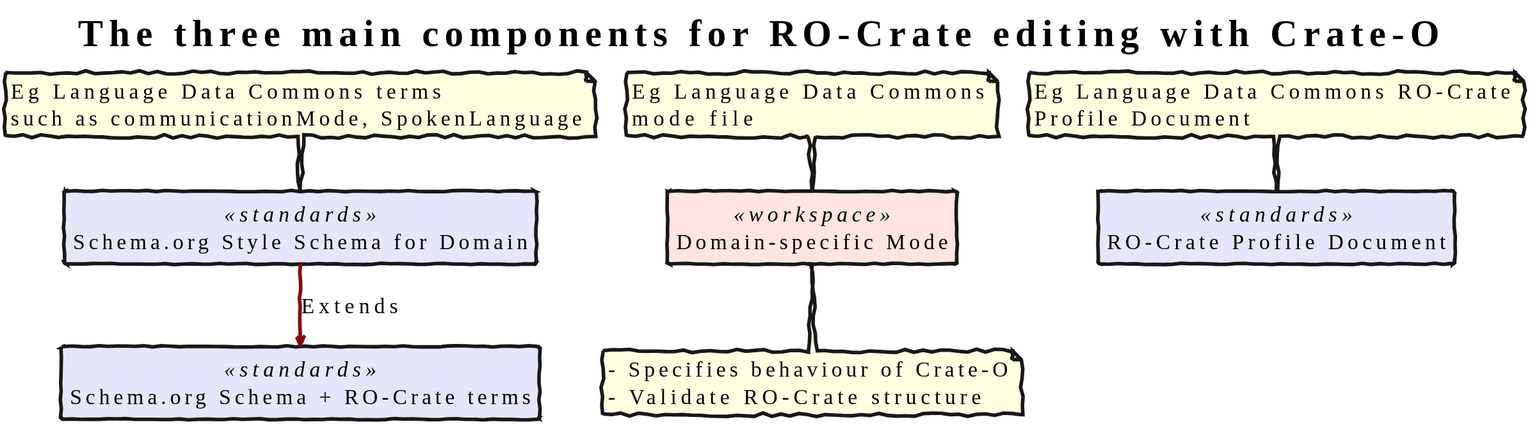
Language-Research-Technology/ro-crate-modes keeps this PlantUML diagram as docs/images/schema-mode-profile.svg. Above is the earlier version.
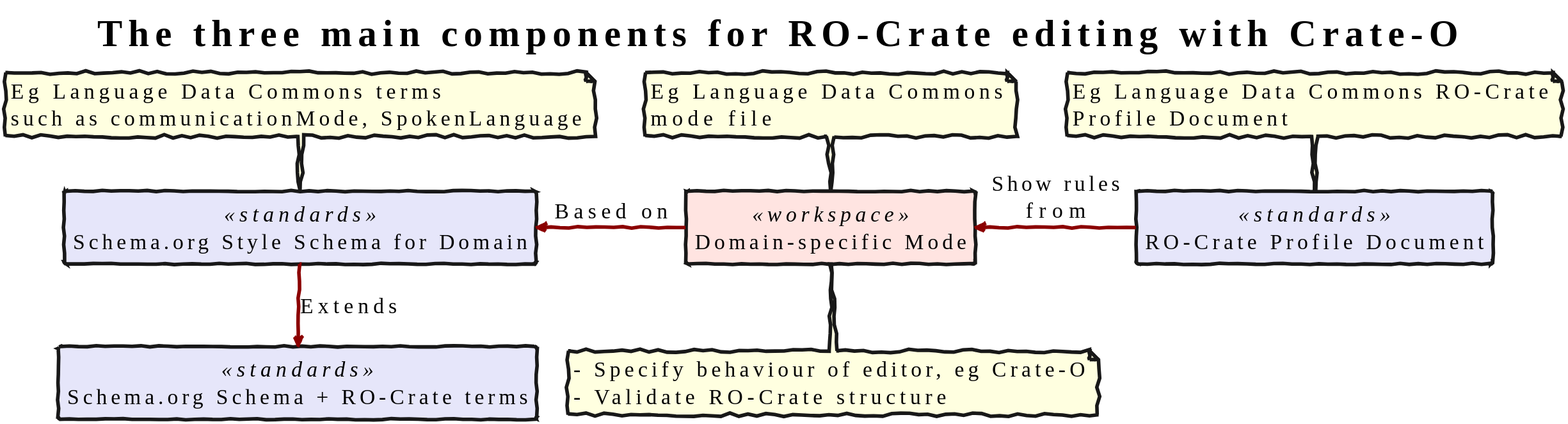
Above is the later version.

Change to the diagram source:
```diff
@@ -14,9 +14,12 @@
 
 rectangle "Domain-specific Mode" <<workspace>> as md
 note top of md: Eg Language Data Commons\nmode file
-note bottom of md: - Specifies behaviour of Crate-O\n- Validate RO-Crate structure
+note bottom of md: - Specify behaviour of editor, eg Crate-O\n- Validate RO-Crate structure
 
 rectangle "RO-Crate Profile Document" <<standards>> as pf
 
+pf -left-> md : Show rules\nfrom
+soss <-right- md : Based on
+
 note top of pf: Eg Language Data Commons RO-Crate\nProfile Document
 @enduml
```
